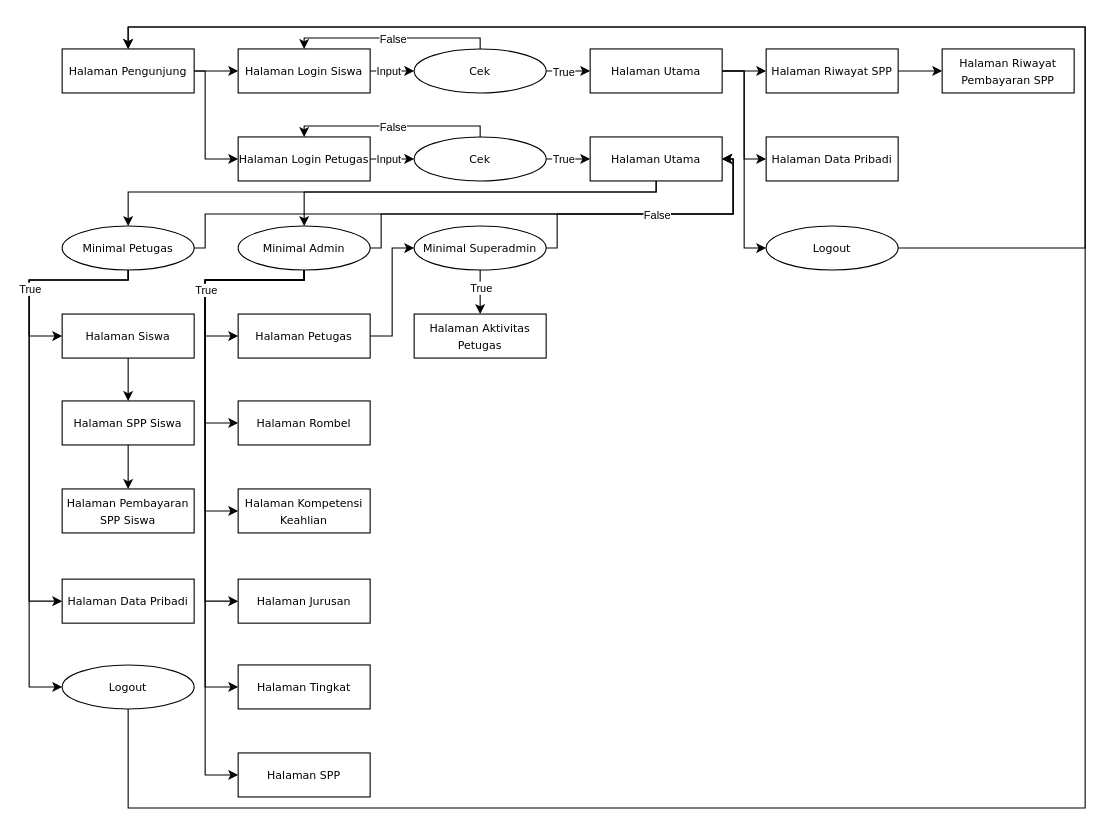
Earlier version of the draw.io diagram aplikasi-pembayaran-spp-dfd.drawio (NotHydra/aplikasi-pembayaran-spp). Source tidied: cells renumbered, new cells numbered last; positions are measured from the earlier drawing's top-left corner, leaving out a move shared by most shapes. Both pictures are drawn from the tidied source at 110%, with x=0, y=0 at pixel (29, 26).
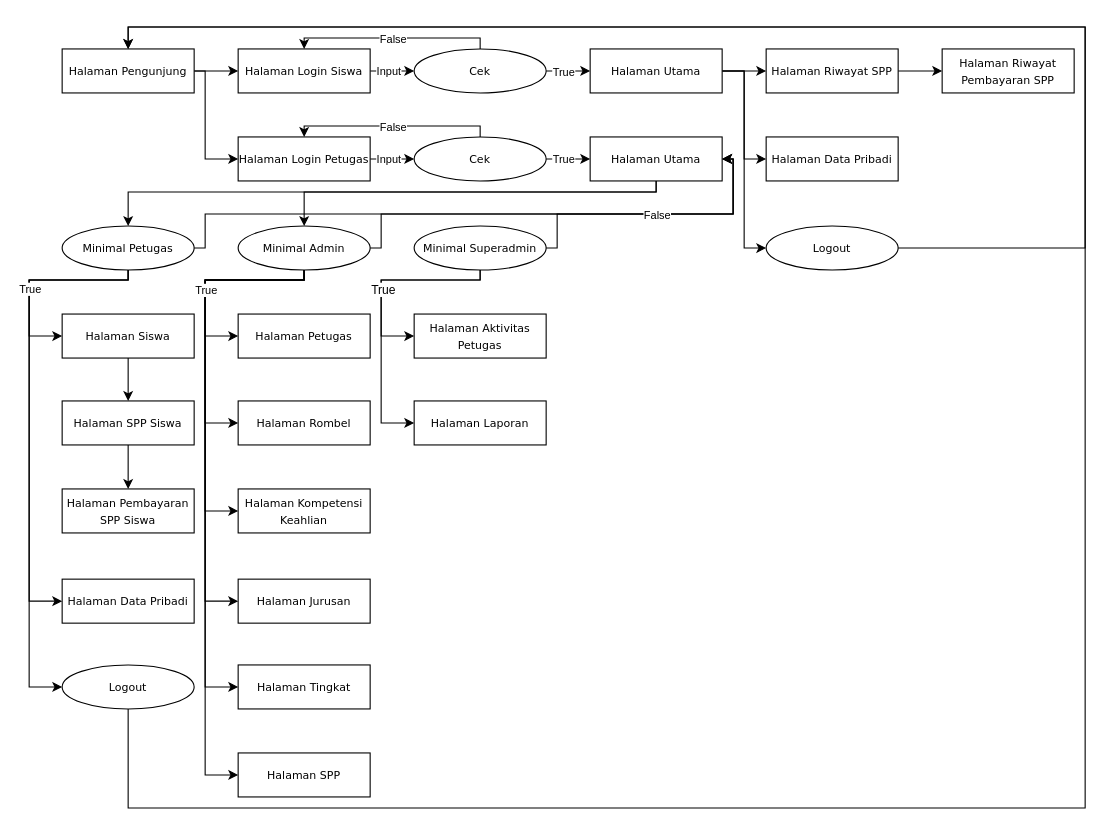
Above is the later version.

The change refers to these unchanged cells:
```xml
<mxCell id="54" value="&lt;font style=&quot;font-size: 10px;&quot;&gt;Halaman Petugas&lt;br&gt;&lt;/font&gt;" style="whiteSpace=wrap;html=1;rounded=0;shadow=0;comic=0;labelBackgroundColor=none;strokeWidth=1;fontFamily=Verdana;fontSize=12;align=center;" parent="1" vertex="1">
  <mxGeometry x="190" y="261" width="120" height="40" as="geometry" />
</mxCell>
<mxCell id="60" value="&lt;font style=&quot;font-size: 10px;&quot;&gt;Halaman Aktivitas Petugas&lt;br&gt;&lt;/font&gt;" style="whiteSpace=wrap;html=1;rounded=0;shadow=0;comic=0;labelBackgroundColor=none;strokeWidth=1;fontFamily=Verdana;fontSize=12;align=center;" parent="1" vertex="1">
  <mxGeometry x="350" y="261" width="120" height="40" as="geometry" />
</mxCell>
<mxCell id="65" value="&lt;font style=&quot;font-size: 10px;&quot;&gt;Minimal Superadmin&lt;/font&gt;" style="ellipse;whiteSpace=wrap;html=1;rounded=1;shadow=0;comic=0;labelBackgroundColor=none;strokeWidth=1;fontFamily=Verdana;fontSize=12;align=center;" parent="1" vertex="1">
  <mxGeometry x="350" y="181" width="120" height="40" as="geometry" />
</mxCell>
```

The edit, as a diff of the source:
```diff
@@
-    <mxCell id="53" style="edgeStyle=orthogonalEdgeStyle;rounded=0;jettySize=auto;html=1;entryX=0;entryY=0.5;entryDx=0;entryDy=0;fontSize=10;" parent="1" edge="1" source="54" target="65">
-      <mxGeometry relative="1" as="geometry">
-        <Array as="points">
-          <mxPoint x="330" y="281" />
-          <mxPoint x="330" y="201" />
-        </Array>
-      </mxGeometry>
-    </mxCell>
@@
-    <mxCell id="61" style="edgeStyle=orthogonalEdgeStyle;rounded=0;jettySize=auto;html=1;entryX=0.5;entryY=0;entryDx=0;entryDy=0;fontSize=10;" parent="1" edge="1" source="65" target="60">
-      <mxGeometry relative="1" as="geometry" />
+    <mxCell id="61" style="edgeStyle=orthogonalEdgeStyle;rounded=0;jettySize=auto;html=1;fontSize=10;entryX=0;entryY=0.5;entryDx=0;entryDy=0;" parent="1" edge="1" source="65" target="60">
+      <mxGeometry relative="1" as="geometry">
+        <Array as="points">
+          <mxPoint x="410" y="230" />
+          <mxPoint x="320" y="230" />
+          <mxPoint x="320" y="281" />
+        </Array>
+      </mxGeometry>
     </mxCell>
-    <mxCell id="62" value="True" style="edgeLabel;html=1;align=center;verticalAlign=middle;fontSize=10;" parent="61" vertex="1">
-      <mxGeometry x="0.22" relative="1" as="geometry">
-        <mxPoint y="-9" as="offset" />
-      </mxGeometry>
-    </mxCell>
@@
+    <mxCell id="70" value="&lt;font style=&quot;font-size: 10px;&quot;&gt;Halaman Laporan&lt;br&gt;&lt;/font&gt;" style="whiteSpace=wrap;html=1;rounded=0;shadow=0;comic=0;labelBackgroundColor=none;strokeWidth=1;fontFamily=Verdana;fontSize=12;align=center;" parent="1" vertex="1">
+      <mxGeometry x="350" y="340" width="120" height="40" as="geometry" />
+    </mxCell>
+    <mxCell id="71" style="edgeStyle=orthogonalEdgeStyle;rounded=0;jettySize=auto;html=1;fontSize=10;entryX=0;entryY=0.5;entryDx=0;entryDy=0;exitX=0.5;exitY=1;exitDx=0;exitDy=0;" parent="1" edge="1" source="65" target="70">
+      <mxGeometry relative="1" as="geometry">
+        <Array as="points">
+          <mxPoint x="410" y="230" />
+          <mxPoint x="320" y="230" />
+          <mxPoint x="320" y="360" />
+        </Array>
+      </mxGeometry>
+    </mxCell>
+    <mxCell id="62" value="True" style="edgeLabel;html=1;align=center;verticalAlign=middle;" parent="71" vertex="1">
+      <mxGeometry x="-0.18" y="1" relative="1" as="geometry">
+        <mxPoint y="1" as="offset" />
+      </mxGeometry>
+    </mxCell>
```
